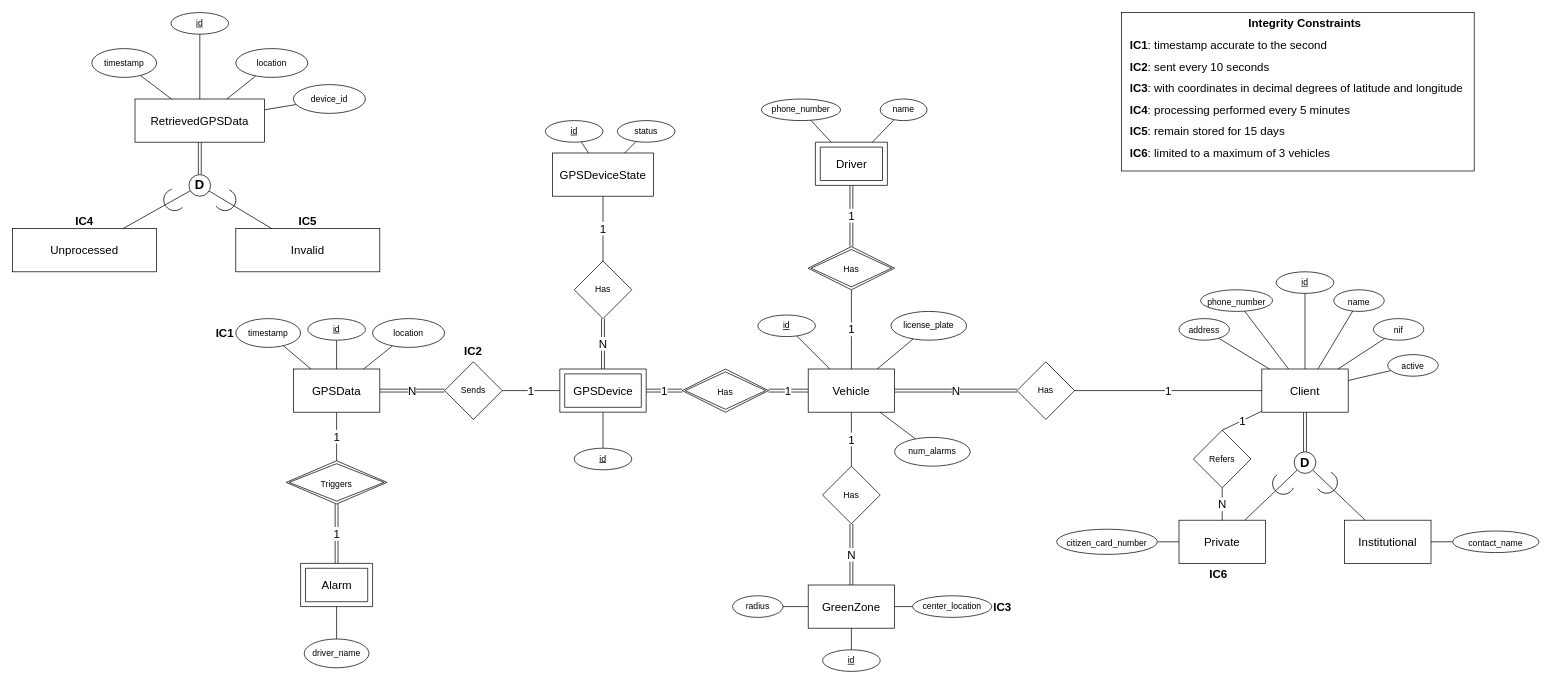
The draw.io diagram data-model/conceptual-model/conceptual-model.drawio in bodybuilders-team/isel-leic-si-g03, before the edit. Source tidied: cells renumbered, new cells numbered last; positions are measured from the earlier drawing's top-left corner, leaving out a move shared by most shapes. Both pictures are drawn from the tidied source at 72%, with x=0, y=0 at pixel (12, 12).
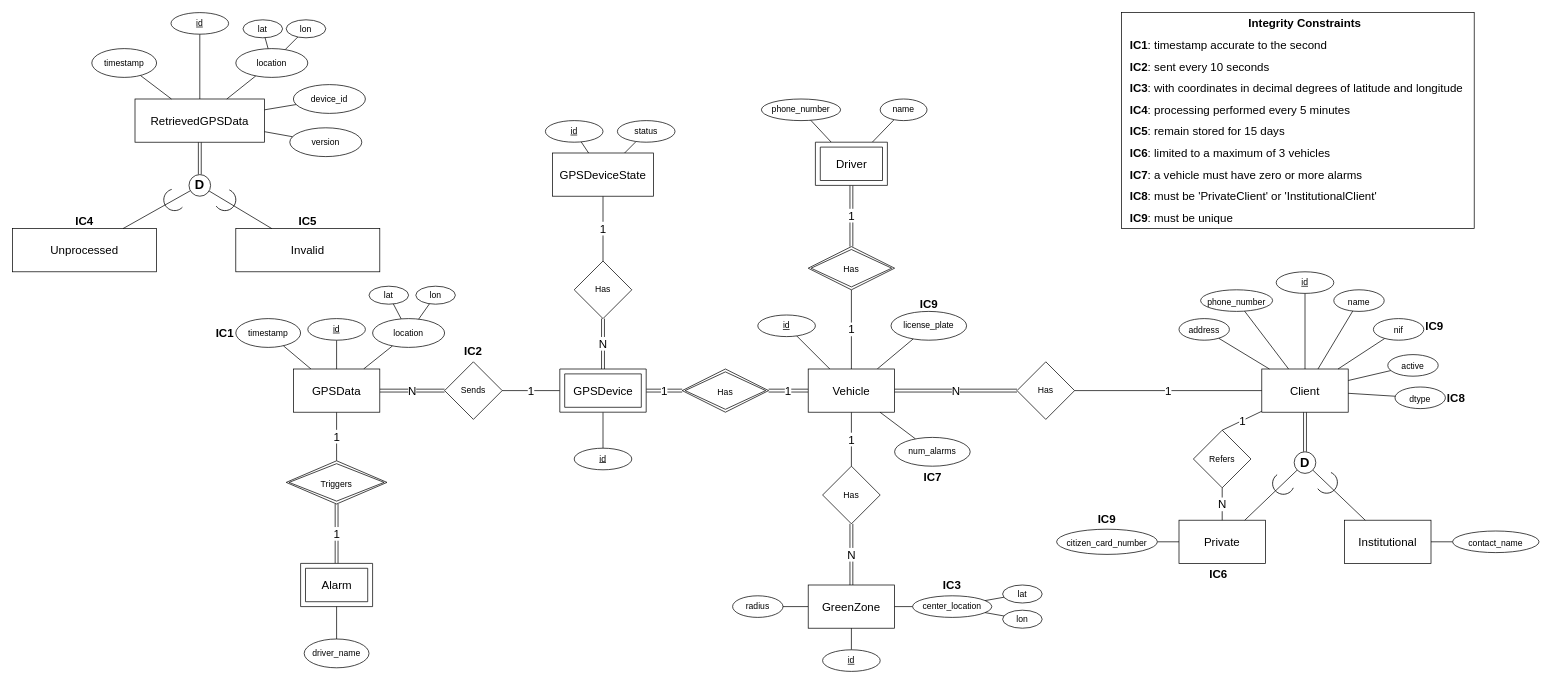
After the change.

Unchanged cells that the change refers to:
```xml
<mxCell id="5" value="&lt;span style=&quot;font-size: 16px&quot;&gt;Client&lt;/span&gt;" style="rounded=0;whiteSpace=wrap;html=1;" parent="1" vertex="1">
  <mxGeometry x="1735" y="495" width="120" height="60" as="geometry" />
</mxCell>
<mxCell id="62" value="location" style="ellipse;whiteSpace=wrap;html=1;rounded=0;" parent="1" vertex="1">
  <mxGeometry x="500" y="425" width="100" height="40" as="geometry" />
</mxCell>
<mxCell id="70" value="center_location" style="ellipse;whiteSpace=wrap;html=1;rounded=0;" parent="1" vertex="1">
  <mxGeometry x="1250" y="810" width="110" height="30" as="geometry" />
</mxCell>
<mxCell id="76" value="&lt;font style=&quot;font-size: 16px&quot;&gt;RetrievedGPSData&lt;/font&gt;" style="whiteSpace=wrap;html=1;rounded=0;" parent="1" vertex="1">
  <mxGeometry x="170" y="120" width="180" height="60" as="geometry" />
</mxCell>
<mxCell id="85" value="location" style="ellipse;whiteSpace=wrap;html=1;rounded=0;" parent="1" vertex="1">
  <mxGeometry x="310" y="50" width="100" height="40" as="geometry" />
</mxCell>
```

Diff of the diagram source:
```diff
@@
     <mxCell id="2" style="rounded=0;whiteSpace=wrap;html=1;fontSize=16;" parent="1" vertex="1">
-      <mxGeometry x="1540" width="490" height="220" as="geometry" />
+      <mxGeometry x="1540" width="490" height="300" as="geometry" />
     </mxCell>
@@
     <mxCell id="110" value="&lt;b&gt;IC3&lt;/b&gt;" style="text;html=1;strokeColor=none;fillColor=none;align=center;verticalAlign=middle;whiteSpace=wrap;rounded=0;fontSize=16;" parent="1" vertex="1">
-      <mxGeometry x="1350" y="810" width="50" height="30" as="geometry" />
+      <mxGeometry x="1280" y="780" width="50" height="30" as="geometry" />
     </mxCell>
@@
+    <mxCell id="120" value="&lt;font style=&quot;font-size: 12px&quot;&gt;dtype&lt;/font&gt;" style="ellipse;whiteSpace=wrap;html=1;fontSize=18;" parent="1" vertex="1">
+      <mxGeometry x="1920" y="520" width="70" height="30" as="geometry" />
+    </mxCell>
+    <mxCell id="121" style="edgeStyle=none;rounded=0;jettySize=auto;html=1;labelBackgroundColor=default;fontFamily=Helvetica;fontSize=16;fontColor=default;startArrow=none;startFill=0;endArrow=none;endFill=0;strokeColor=default;" parent="1" edge="1" source="5" target="120">
+      <mxGeometry relative="1" as="geometry" />
+    </mxCell>
+    <mxCell id="122" value="lat" style="ellipse;whiteSpace=wrap;html=1;rounded=0;" parent="1" vertex="1">
+      <mxGeometry x="495" y="380" width="55" height="25" as="geometry" />
+    </mxCell>
+    <mxCell id="123" value="lon" style="ellipse;whiteSpace=wrap;html=1;rounded=0;" parent="1" vertex="1">
+      <mxGeometry x="560" y="380" width="55" height="25" as="geometry" />
+    </mxCell>
+    <mxCell id="124" style="edgeStyle=none;shape=connector;rounded=0;jettySize=auto;html=1;labelBackgroundColor=default;fontFamily=Helvetica;fontSize=16;fontColor=default;startArrow=none;startFill=0;endArrow=none;endFill=0;strokeColor=default;" parent="1" edge="1" source="62" target="122">
+      <mxGeometry relative="1" as="geometry" />
+    </mxCell>
+    <mxCell id="125" style="edgeStyle=none;shape=connector;rounded=0;jettySize=auto;html=1;labelBackgroundColor=default;fontFamily=Helvetica;fontSize=16;fontColor=default;startArrow=none;startFill=0;endArrow=none;endFill=0;strokeColor=default;" parent="1" edge="1" source="62" target="123">
+      <mxGeometry relative="1" as="geometry" />
+    </mxCell>
+    <mxCell id="126" value="lat" style="ellipse;whiteSpace=wrap;html=1;rounded=0;" parent="1" vertex="1">
+      <mxGeometry x="1375" y="795" width="55" height="25" as="geometry" />
+    </mxCell>
+    <mxCell id="127" value="lon" style="ellipse;whiteSpace=wrap;html=1;rounded=0;" parent="1" vertex="1">
+      <mxGeometry x="1375" y="830" width="55" height="25" as="geometry" />
+    </mxCell>
+    <mxCell id="128" style="edgeStyle=none;shape=connector;rounded=0;jettySize=auto;html=1;labelBackgroundColor=default;fontFamily=Helvetica;fontSize=16;fontColor=default;startArrow=none;startFill=0;endArrow=none;endFill=0;strokeColor=default;" parent="1" edge="1" source="70" target="126">
+      <mxGeometry relative="1" as="geometry" />
+    </mxCell>
+    <mxCell id="129" style="edgeStyle=none;shape=connector;rounded=0;jettySize=auto;html=1;labelBackgroundColor=default;fontFamily=Helvetica;fontSize=16;fontColor=default;startArrow=none;startFill=0;endArrow=none;endFill=0;strokeColor=default;" parent="1" edge="1" source="70" target="127">
+      <mxGeometry relative="1" as="geometry" />
+    </mxCell>
+    <mxCell id="130" value="lat" style="ellipse;whiteSpace=wrap;html=1;rounded=0;" parent="1" vertex="1">
+      <mxGeometry x="320" y="10" width="55" height="25" as="geometry" />
+    </mxCell>
+    <mxCell id="131" value="lon" style="ellipse;whiteSpace=wrap;html=1;rounded=0;" parent="1" vertex="1">
+      <mxGeometry x="380" y="10" width="55" height="25" as="geometry" />
+    </mxCell>
+    <mxCell id="132" style="edgeStyle=none;shape=connector;rounded=0;jettySize=auto;html=1;labelBackgroundColor=default;fontFamily=Helvetica;fontSize=16;fontColor=default;startArrow=none;startFill=0;endArrow=none;endFill=0;strokeColor=default;" parent="1" edge="1" source="85" target="130">
+      <mxGeometry relative="1" as="geometry" />
+    </mxCell>
+    <mxCell id="133" style="edgeStyle=none;shape=connector;rounded=0;jettySize=auto;html=1;labelBackgroundColor=default;fontFamily=Helvetica;fontSize=16;fontColor=default;startArrow=none;startFill=0;endArrow=none;endFill=0;strokeColor=default;" parent="1" edge="1" source="85" target="131">
+      <mxGeometry relative="1" as="geometry" />
+    </mxCell>
+    <mxCell id="134" value="version" style="ellipse;whiteSpace=wrap;html=1;rounded=0;" parent="1" vertex="1">
+      <mxGeometry x="385" y="160" width="100" height="40" as="geometry" />
+    </mxCell>
+    <mxCell id="135" style="edgeStyle=none;rounded=0;jettySize=auto;html=1;labelBackgroundColor=default;fontFamily=Helvetica;fontSize=16;fontColor=default;startArrow=none;startFill=0;endArrow=none;endFill=0;strokeColor=default;" parent="1" edge="1" source="134" target="76">
+      <mxGeometry relative="1" as="geometry" />
+    </mxCell>
+    <mxCell id="136" value="&lt;span style=&quot;font-size: 16px&quot;&gt;&lt;b&gt;IC7&lt;/b&gt;: a&amp;nbsp;&lt;/span&gt;&lt;span style=&quot;font-size: 16px&quot;&gt;vehicle must have zero or more alarms&lt;/span&gt;" style="text;html=1;strokeColor=none;fillColor=none;align=left;verticalAlign=middle;whiteSpace=wrap;rounded=0;" parent="1" vertex="1">
+      <mxGeometry x="1550" y="210" width="480" height="30" as="geometry" />
+    </mxCell>
+    <mxCell id="137" value="&lt;b&gt;IC7&lt;/b&gt;" style="text;html=1;strokeColor=none;fillColor=none;align=center;verticalAlign=middle;whiteSpace=wrap;rounded=0;fontSize=16;" parent="1" vertex="1">
+      <mxGeometry x="1252.5" y="630" width="50" height="30" as="geometry" />
+    </mxCell>
+    <mxCell id="138" value="&lt;span style=&quot;font-size: 16px&quot;&gt;&lt;b&gt;IC8&lt;/b&gt;: must be 'PrivateClient' or 'InstitutionalClient'&lt;/span&gt;" style="text;html=1;strokeColor=none;fillColor=none;align=left;verticalAlign=middle;whiteSpace=wrap;rounded=0;" parent="1" vertex="1">
+      <mxGeometry x="1550" y="240" width="480" height="30" as="geometry" />
+    </mxCell>
+    <mxCell id="139" value="&lt;span style=&quot;font-size: 16px&quot;&gt;&lt;b&gt;IC9&lt;/b&gt;: must be unique&lt;/span&gt;" style="text;html=1;strokeColor=none;fillColor=none;align=left;verticalAlign=middle;whiteSpace=wrap;rounded=0;" parent="1" vertex="1">
+      <mxGeometry x="1550" y="270" width="480" height="30" as="geometry" />
+    </mxCell>
+    <mxCell id="140" value="&lt;b&gt;IC8&lt;/b&gt;" style="text;html=1;strokeColor=none;fillColor=none;align=center;verticalAlign=middle;whiteSpace=wrap;rounded=0;fontSize=16;" parent="1" vertex="1">
+      <mxGeometry x="1980" y="520" width="50" height="30" as="geometry" />
+    </mxCell>
+    <mxCell id="141" value="&lt;b&gt;IC9&lt;/b&gt;" style="text;html=1;strokeColor=none;fillColor=none;align=center;verticalAlign=middle;whiteSpace=wrap;rounded=0;fontSize=16;" parent="1" vertex="1">
+      <mxGeometry x="1950" y="420" width="50" height="30" as="geometry" />
+    </mxCell>
+    <mxCell id="142" value="&lt;b&gt;IC9&lt;/b&gt;" style="text;html=1;strokeColor=none;fillColor=none;align=center;verticalAlign=middle;whiteSpace=wrap;rounded=0;fontSize=16;" parent="1" vertex="1">
+      <mxGeometry x="1495" y="687.5" width="50" height="30" as="geometry" />
+    </mxCell>
+    <mxCell id="143" value="&lt;b&gt;IC9&lt;/b&gt;" style="text;html=1;strokeColor=none;fillColor=none;align=center;verticalAlign=middle;whiteSpace=wrap;rounded=0;fontSize=16;" parent="1" vertex="1">
+      <mxGeometry x="1247.5" y="390" width="50" height="30" as="geometry" />
+    </mxCell>
```
